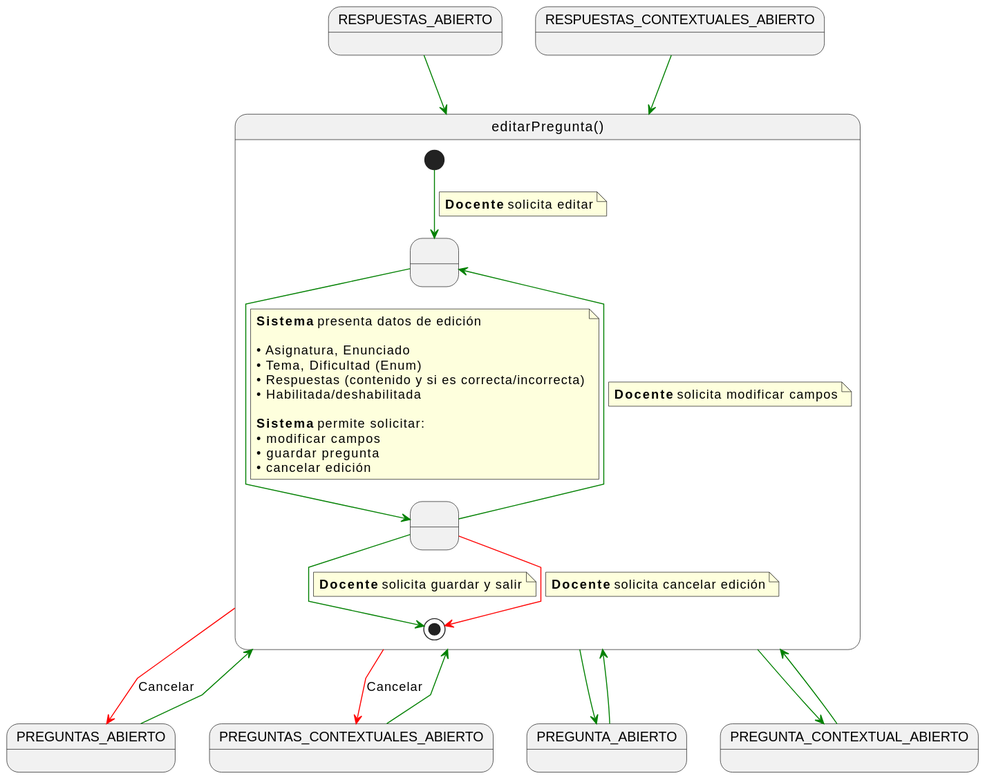
Above: documents/casos-de-uso/detalladoCasosDeUso/editarPregunta/editarPregunta.svg in martinlopez7/25-26-IdSw1-SdR (PlantUML), before the change.
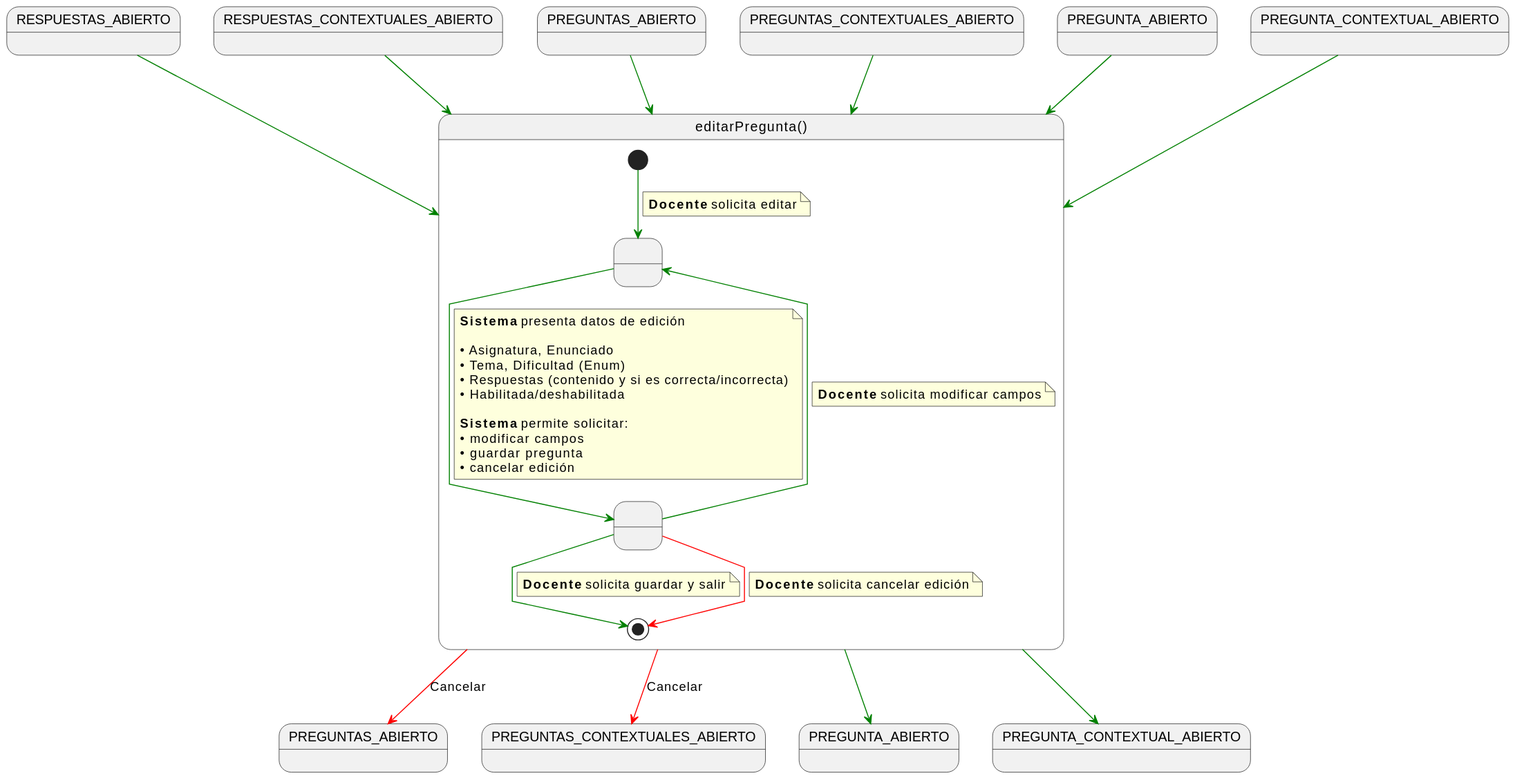
After the commit.

The edit, as a diff of the source:
```diff
@@ -7,6 +7,10 @@
 state PREGUNTAS_CONTEXTUALES_ABIERTO
 state PREGUNTA_ABIERTO
 state PREGUNTA_CONTEXTUAL_ABIERTO
+state PREGUNTAS_ABIERTO2 as "PREGUNTAS_ABIERTO"
+state PREGUNTAS_CONTEXTUALES_ABIERTO2 as "PREGUNTAS_CONTEXTUALES_ABIERTO"
+state PREGUNTA_ABIERTO2 as "PREGUNTA_ABIERTO"
+state PREGUNTA_CONTEXTUAL_ABIERTO2 as "PREGUNTA_CONTEXTUAL_ABIERTO"
 
 RESPUESTAS_ABIERTO -[#green]-> editarPregunta
 RESPUESTAS_CONTEXTUALES_ABIERTO -[#green]-> editarPregunta
@@ -57,13 +61,13 @@
 }
 
 
-editarPregunta -[#green]-> PREGUNTA_ABIERTO
+editarPregunta -[#green]-> PREGUNTA_ABIERTO2
 
 
-editarPregunta -[#green]-> PREGUNTA_CONTEXTUAL_ABIERTO
+editarPregunta -[#green]-> PREGUNTA_CONTEXTUAL_ABIERTO2
 
 
-editarPregunta -[#red]-> PREGUNTAS_ABIERTO : Cancelar
+editarPregunta -[#red]-> PREGUNTAS_ABIERTO2 : Cancelar
 
-editarPregunta -[#red]-> PREGUNTAS_CONTEXTUALES_ABIERTO : Cancelar
+editarPregunta -[#red]-> PREGUNTAS_CONTEXTUALES_ABIERTO2 : Cancelar
 @enduml
```
